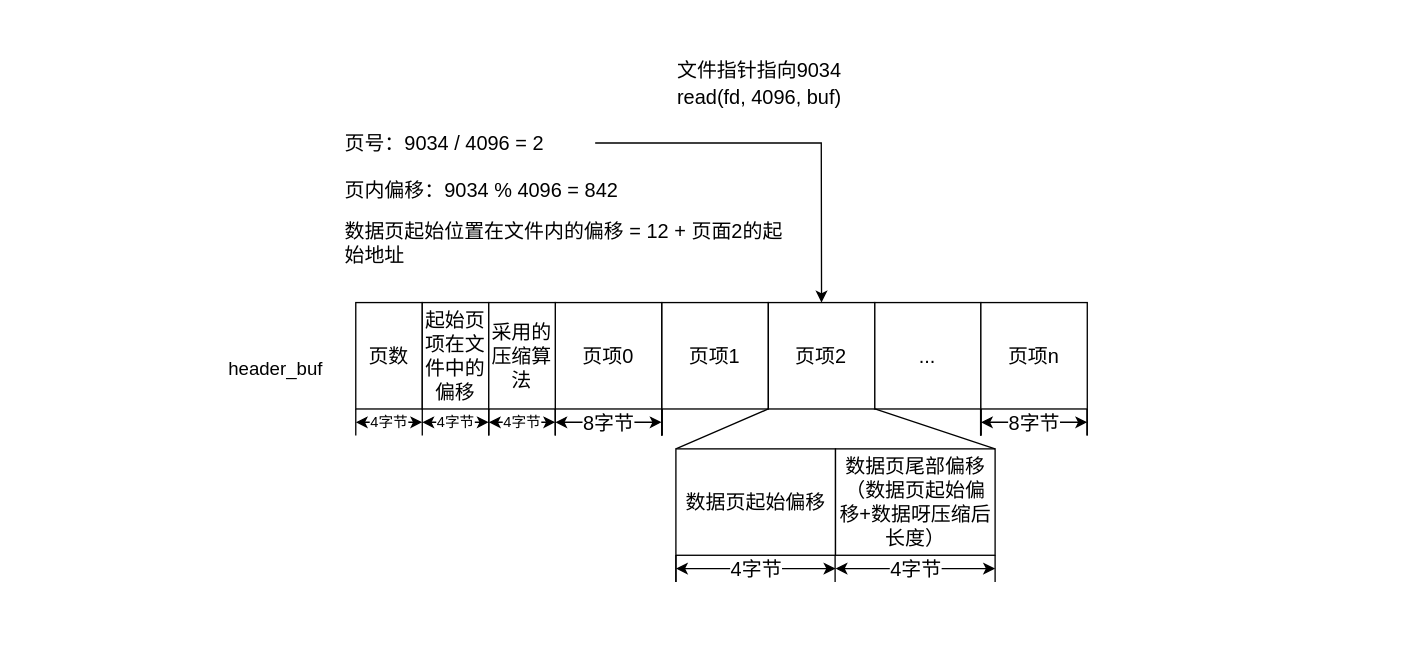
Before: 读文件流程.drawio in gokucai/drawio_repo, a draw.io diagram. Source tidied: cells renumbered, new cells numbered last; positions are measured from the earlier drawing's top-left corner, leaving out a move shared by most shapes. Both pictures are drawn from the tidied source at 133%, with x=0, y=0 at pixel (23, 23).
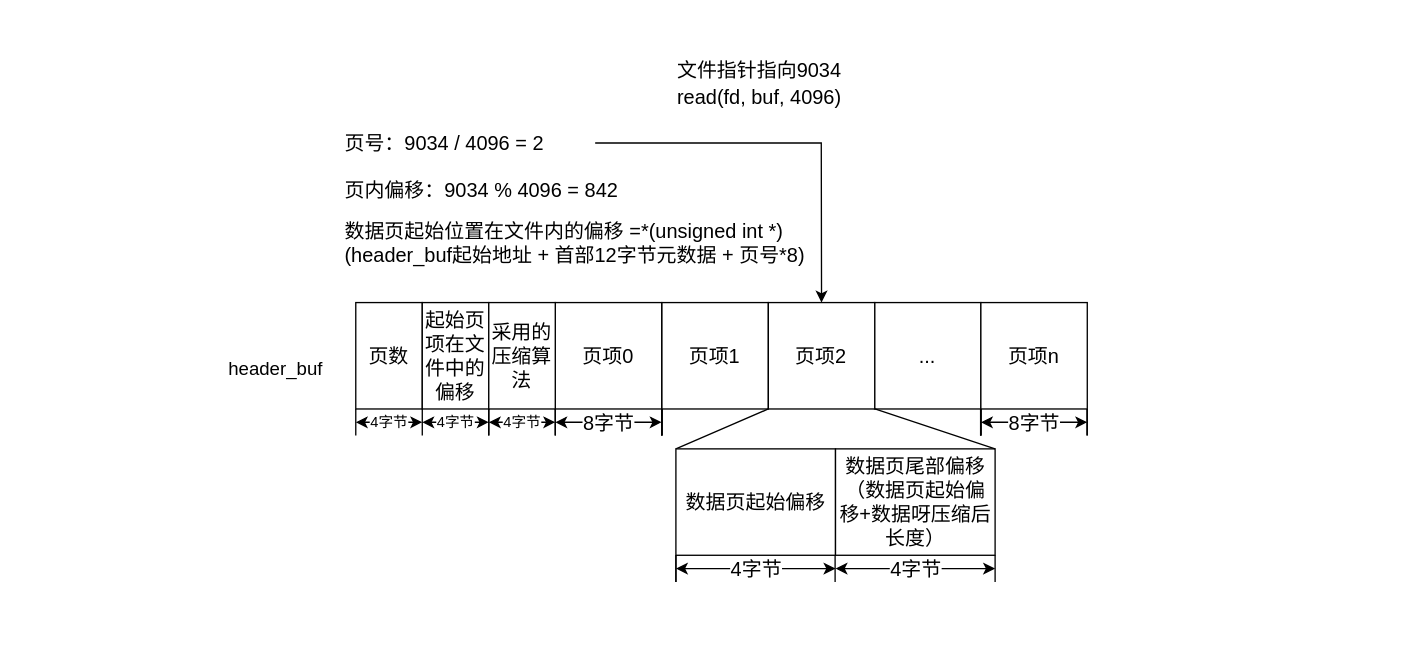
After the change.

Commit message:
更新读文件流程.drawio

The edit, as a diff of the source:
```diff
@@
-    <mxCell id="40" value="&lt;font style=&quot;font-size: 15px;&quot;&gt;文件指针指向9034&lt;br&gt;read(fd, 4096, buf)&lt;/font&gt;" style="text;html=1;strokeColor=none;fillColor=none;align=left;verticalAlign=middle;whiteSpace=wrap;rounded=0;fontSize=16;" parent="1" vertex="1">
+    <mxCell id="40" value="&lt;font style=&quot;font-size: 15px;&quot;&gt;文件指针指向9034&lt;br&gt;read(fd, buf, 4096)&lt;/font&gt;" style="text;html=1;strokeColor=none;fillColor=none;align=left;verticalAlign=middle;whiteSpace=wrap;rounded=0;fontSize=16;" parent="1" vertex="1">
       <mxGeometry x="490.3" y="30" width="219.8" height="30" as="geometry" />
     </mxCell>
@@
-    <mxCell id="46" value="数据页起始位置在文件内的偏移 = 12 + 页面2的起始地址" style="text;html=1;strokeColor=none;fillColor=none;align=left;verticalAlign=middle;whiteSpace=wrap;rounded=0;fontSize=15;" parent="1" vertex="1">
-      <mxGeometry x="240" y="150" width="340" height="30" as="geometry" />
+    <mxCell id="46" value="数据页起始位置在文件内的偏移 =*(unsigned int *)(header_buf起始地址 + 首部12字节元数据 + 页号*8)" style="text;html=1;strokeColor=none;fillColor=none;align=left;verticalAlign=middle;whiteSpace=wrap;rounded=0;fontSize=15;" parent="1" vertex="1">
+      <mxGeometry x="240" y="150" width="350" height="30" as="geometry" />
     </mxCell>
```
